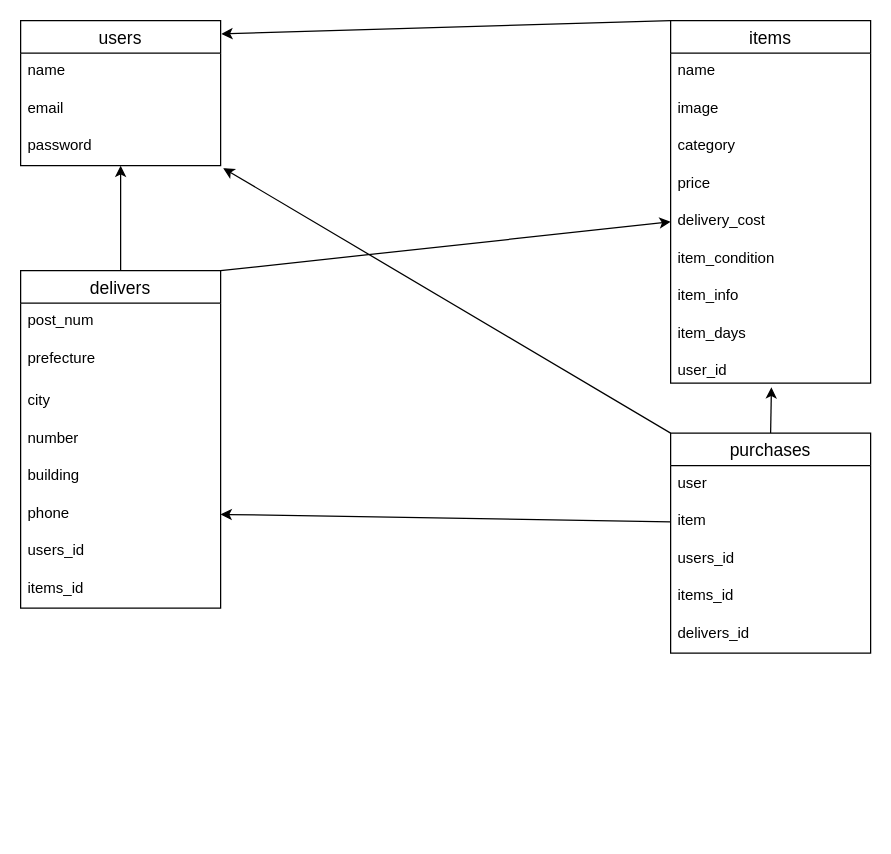
Earlier version of the draw.io diagram furima.dio (umigitumi/furima-39755). Source tidied: cells renumbered, new cells numbered last; positions are measured from the earlier drawing's top-left corner, leaving out a move shared by most shapes. Both pictures are drawn from the tidied source at 125%, with x=0, y=0 at pixel (20, 20).
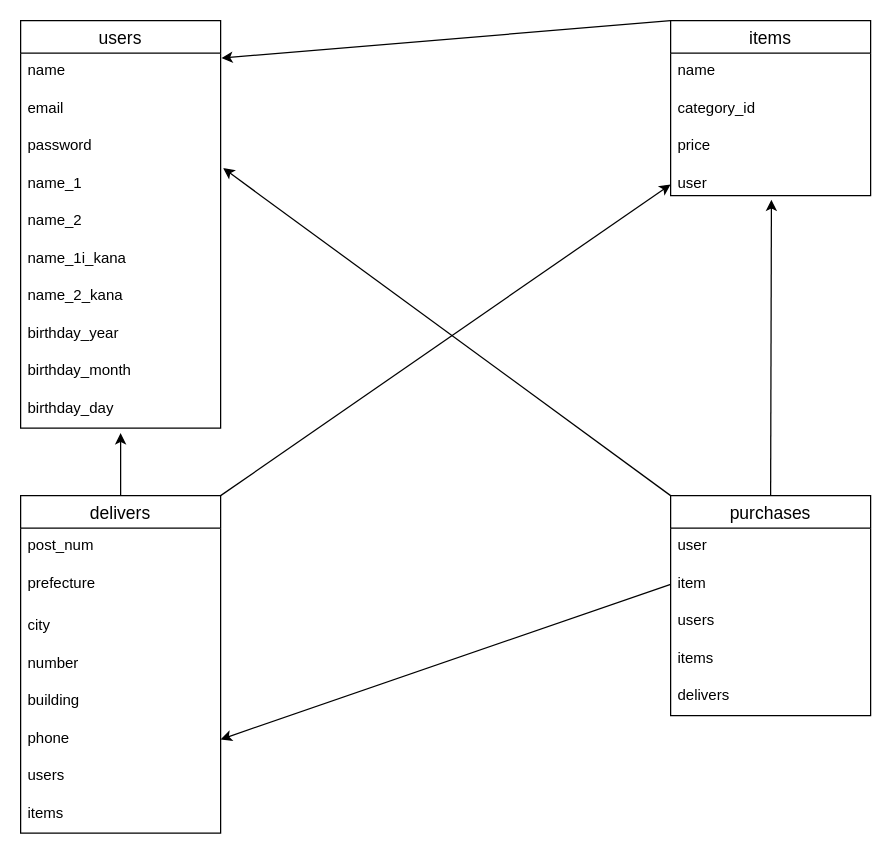
The same page after the edit.

Unchanged cells that the change refers to:
```xml
<mxCell id="5" value="password" style="text;strokeColor=none;fillColor=none;spacingLeft=4;spacingRight=4;overflow=hidden;points=[[0,0.5],[1,0.5]];portConstraint=eastwest;fontSize=12;" parent="2" vertex="1">
  <mxGeometry y="86" width="160" height="30" as="geometry" />
</mxCell>
```

What changed in the source:
```diff
@@
     <mxCell id="2" value="users" style="swimlane;fontStyle=0;horizontal=1;startSize=26;align=center;fontSize=14;" parent="1" vertex="1">
-      <mxGeometry width="160" height="116" as="geometry" />
+      <mxGeometry width="160" height="326" as="geometry" />
     </mxCell>
@@
+    <mxCell id="37" value="name_1" style="text;strokeColor=none;fillColor=none;spacingLeft=4;spacingRight=4;overflow=hidden;fontSize=12;" parent="2" vertex="1">
+      <mxGeometry y="116" width="160" height="30" as="geometry" />
+    </mxCell>
+    <mxCell id="38" value="name_2" style="text;strokeColor=none;fillColor=none;spacingLeft=4;spacingRight=4;overflow=hidden;fontSize=12;" parent="2" vertex="1">
+      <mxGeometry y="146" width="160" height="30" as="geometry" />
+    </mxCell>
+    <mxCell id="39" value="name_1i_kana" style="text;strokeColor=none;fillColor=none;spacingLeft=4;spacingRight=4;overflow=hidden;fontSize=12;" parent="2" vertex="1">
+      <mxGeometry y="176" width="160" height="30" as="geometry" />
+    </mxCell>
+    <mxCell id="40" value="name_2_kana" style="text;strokeColor=none;fillColor=none;spacingLeft=4;spacingRight=4;overflow=hidden;fontSize=12;" parent="2" vertex="1">
+      <mxGeometry y="206" width="160" height="30" as="geometry" />
+    </mxCell>
+    <mxCell id="41" value="birthday_year" style="text;strokeColor=none;fillColor=none;spacingLeft=4;spacingRight=4;overflow=hidden;fontSize=12;" parent="2" vertex="1">
+      <mxGeometry y="236" width="160" height="30" as="geometry" />
+    </mxCell>
+    <mxCell id="42" value="birthday_month" style="text;strokeColor=none;fillColor=none;spacingLeft=4;spacingRight=4;overflow=hidden;fontSize=12;" parent="2" vertex="1">
+      <mxGeometry y="266" width="160" height="30" as="geometry" />
+    </mxCell>
+    <mxCell id="43" value="birthday_day" style="text;strokeColor=none;fillColor=none;spacingLeft=4;spacingRight=4;overflow=hidden;points=[[0,0.5],[1,0.5]];portConstraint=eastwest;fontSize=12;" parent="2" vertex="1">
+      <mxGeometry y="296" width="160" height="30" as="geometry" />
+    </mxCell>
@@
     <mxCell id="7" value="items" style="swimlane;fontStyle=0;horizontal=1;startSize=26;align=center;fontSize=14;" parent="1" vertex="1">
-      <mxGeometry x="520" width="160" height="290" as="geometry" />
+      <mxGeometry x="520" width="160" height="140" as="geometry" />
     </mxCell>
@@
-    <mxCell id="9" value="image" style="text;strokeColor=none;fillColor=none;spacingLeft=4;spacingRight=4;overflow=hidden;fontSize=12;" parent="7" vertex="1">
-      <mxGeometry y="56" width="160" height="30" as="geometry" />
-    </mxCell>
-    <mxCell id="10" value="category" style="text;strokeColor=none;fillColor=none;spacingLeft=4;spacingRight=4;overflow=hidden;fontSize=12;" parent="7" vertex="1">
-      <mxGeometry y="86" width="160" height="30" as="geometry" />
+    <mxCell id="10" value="category_id" style="text;strokeColor=none;fillColor=none;spacingLeft=4;spacingRight=4;overflow=hidden;fontSize=12;" parent="7" vertex="1">
+      <mxGeometry y="56" width="160" height="30" as="geometry" />
     </mxCell>
     <mxCell id="11" value="price" style="text;strokeColor=none;fillColor=none;spacingLeft=4;spacingRight=4;overflow=hidden;fontSize=12;" parent="7" vertex="1">
-      <mxGeometry y="116" width="160" height="30" as="geometry" />
+      <mxGeometry y="86" width="160" height="30" as="geometry" />
     </mxCell>
-    <mxCell id="12" value="delivery_cost" style="text;strokeColor=none;fillColor=none;spacingLeft=4;spacingRight=4;overflow=hidden;points=[[0,0.5],[1,0.5]];portConstraint=eastwest;fontSize=12;" parent="7" vertex="1">
-      <mxGeometry y="146" width="160" height="30" as="geometry" />
-    </mxCell>
-    <mxCell id="13" value="item_condition" style="text;strokeColor=none;fillColor=none;spacingLeft=4;spacingRight=4;overflow=hidden;fontSize=12;" parent="7" vertex="1">
-      <mxGeometry y="176" width="160" height="30" as="geometry" />
-    </mxCell>
-    <mxCell id="14" value="item_info" style="text;strokeColor=none;fillColor=none;spacingLeft=4;spacingRight=4;overflow=hidden;fontSize=12;" parent="7" vertex="1">
-      <mxGeometry y="206" width="160" height="30" as="geometry" />
-    </mxCell>
-    <mxCell id="15" value="item_days" style="text;strokeColor=none;fillColor=none;spacingLeft=4;spacingRight=4;overflow=hidden;fontSize=12;" parent="7" vertex="1">
-      <mxGeometry y="236" width="160" height="30" as="geometry" />
-    </mxCell>
-    <mxCell id="16" value="user_id&#10;" style="text;strokeColor=none;fillColor=none;spacingLeft=4;spacingRight=4;overflow=hidden;points=[[0,0.5],[1,0.5]];portConstraint=eastwest;fontSize=12;" parent="7" vertex="1">
-      <mxGeometry y="266" width="160" height="24" as="geometry" />
+    <mxCell id="16" value="user" style="text;strokeColor=none;fillColor=none;spacingLeft=4;spacingRight=4;overflow=hidden;points=[[0,0.5],[1,0.5]];portConstraint=eastwest;fontSize=12;" parent="7" vertex="1">
+      <mxGeometry y="116" width="160" height="24" as="geometry" />
     </mxCell>
-    <mxCell id="17" style="edgeStyle=none;html=1;exitX=0.5;exitY=0;exitDx=0;exitDy=0;" parent="1" edge="1" source="19" target="5">
-      <mxGeometry relative="1" as="geometry" />
-    </mxCell>
-    <mxCell id="18" style="edgeStyle=none;html=1;exitX=1;exitY=0;exitDx=0;exitDy=0;entryX=0;entryY=0.5;entryDx=0;entryDy=0;" parent="1" edge="1" source="19" target="12">
-      <mxGeometry relative="1" as="geometry" />
+    <mxCell id="18" style="edgeStyle=none;html=1;exitX=1;exitY=0;exitDx=0;exitDy=0;entryX=0;entryY=0.5;entryDx=0;entryDy=0;" parent="1" edge="1" source="19">
+      <mxGeometry relative="1" as="geometry">
+        <mxPoint x="520" y="131" as="targetPoint" />
+      </mxGeometry>
     </mxCell>
+    <mxCell id="44" style="edgeStyle=none;html=1;exitX=0.5;exitY=0;exitDx=0;exitDy=0;entryX=0.5;entryY=1.133;entryDx=0;entryDy=0;entryPerimeter=0;" parent="1" edge="1" source="19" target="43">
+      <mxGeometry relative="1" as="geometry" />
+    </mxCell>
     <mxCell id="19" value="delivers" style="swimlane;fontStyle=0;horizontal=1;startSize=26;align=center;fontSize=14;" parent="1" vertex="1">
-      <mxGeometry y="200" width="160" height="270" as="geometry" />
+      <mxGeometry y="380" width="160" height="270" as="geometry" />
     </mxCell>
@@
-    <mxCell id="26" value="users_id" style="text;strokeColor=none;fillColor=none;spacingLeft=4;spacingRight=4;overflow=hidden;fontSize=12;" parent="19" vertex="1">
+    <mxCell id="26" value="users" style="text;strokeColor=none;fillColor=none;spacingLeft=4;spacingRight=4;overflow=hidden;fontSize=12;" parent="19" vertex="1">
       <mxGeometry y="210" width="160" height="30" as="geometry" />
     </mxCell>
-    <mxCell id="27" value="items_id" style="text;strokeColor=none;fillColor=none;spacingLeft=4;spacingRight=4;overflow=hidden;fontSize=12;" parent="19" vertex="1">
+    <mxCell id="27" value="items" style="text;strokeColor=none;fillColor=none;spacingLeft=4;spacingRight=4;overflow=hidden;fontSize=12;" parent="19" vertex="1">
       <mxGeometry y="240" width="160" height="30" as="geometry" />
     </mxCell>
@@
     <mxCell id="30" value="purchases" style="swimlane;fontStyle=0;horizontal=1;startSize=26;align=center;fontSize=14;" parent="1" vertex="1">
-      <mxGeometry x="520" y="330" width="160" height="176" as="geometry" />
+      <mxGeometry x="520" y="380" width="160" height="176" as="geometry" />
     </mxCell>
@@
-    <mxCell id="33" value="users_id" style="text;strokeColor=none;fillColor=none;spacingLeft=4;spacingRight=4;overflow=hidden;fontSize=12;" parent="30" vertex="1">
+    <mxCell id="33" value="users" style="text;strokeColor=none;fillColor=none;spacingLeft=4;spacingRight=4;overflow=hidden;fontSize=12;" parent="30" vertex="1">
       <mxGeometry y="86" width="160" height="30" as="geometry" />
     </mxCell>
-    <mxCell id="34" value="items_id" style="text;strokeColor=none;fillColor=none;spacingLeft=4;spacingRight=4;overflow=hidden;fontSize=12;" parent="30" vertex="1">
+    <mxCell id="34" value="items" style="text;strokeColor=none;fillColor=none;spacingLeft=4;spacingRight=4;overflow=hidden;fontSize=12;" parent="30" vertex="1">
       <mxGeometry y="116" width="160" height="30" as="geometry" />
     </mxCell>
-    <mxCell id="35" value="delivers_id" style="text;strokeColor=none;fillColor=none;spacingLeft=4;spacingRight=4;overflow=hidden;fontSize=12;" parent="30" vertex="1">
+    <mxCell id="35" value="delivers" style="text;strokeColor=none;fillColor=none;spacingLeft=4;spacingRight=4;overflow=hidden;fontSize=12;" parent="30" vertex="1">
       <mxGeometry y="146" width="160" height="30" as="geometry" />
     </mxCell>
```
